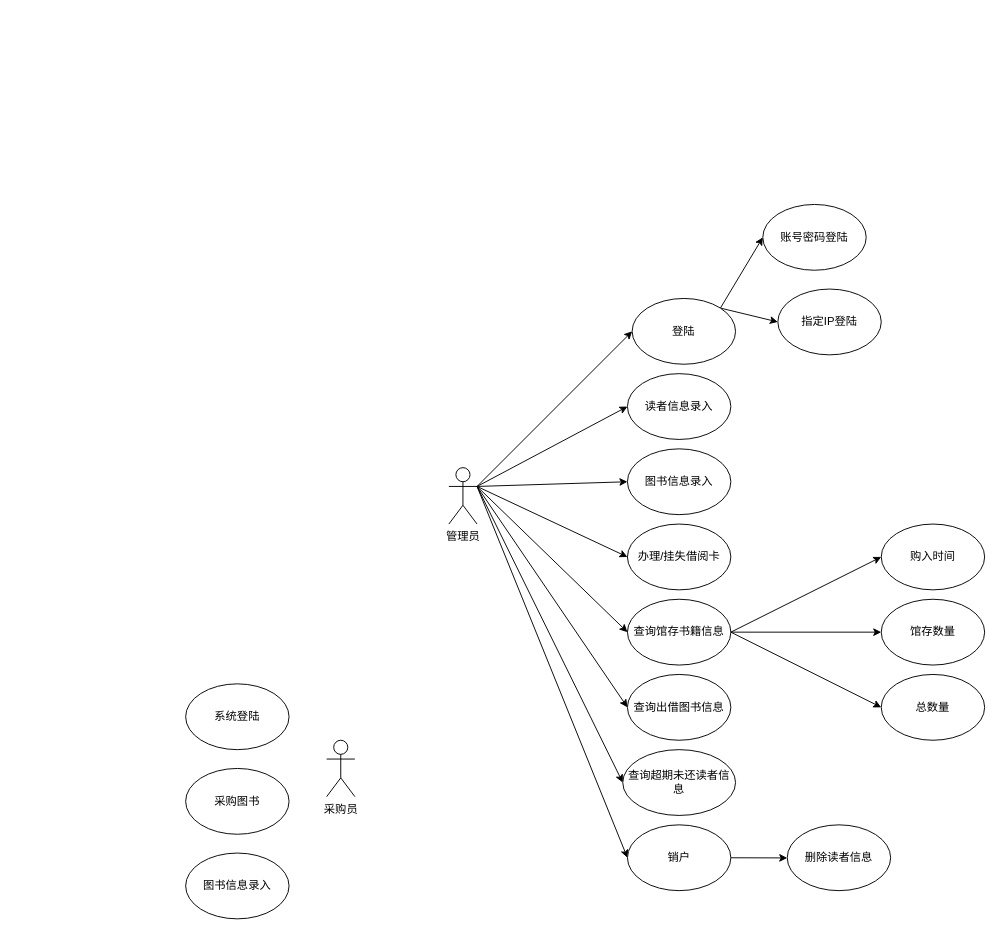
Before: 软分课设/用例图.drawio in myjdml/drowio, a draw.io diagram. Source tidied: cells renumbered, new cells numbered last; positions are measured from the earlier drawing's top-left corner, leaving out a move shared by most shapes. Both pictures are drawn from the tidied source at 94%, with x=0, y=0 at pixel (185, 204).
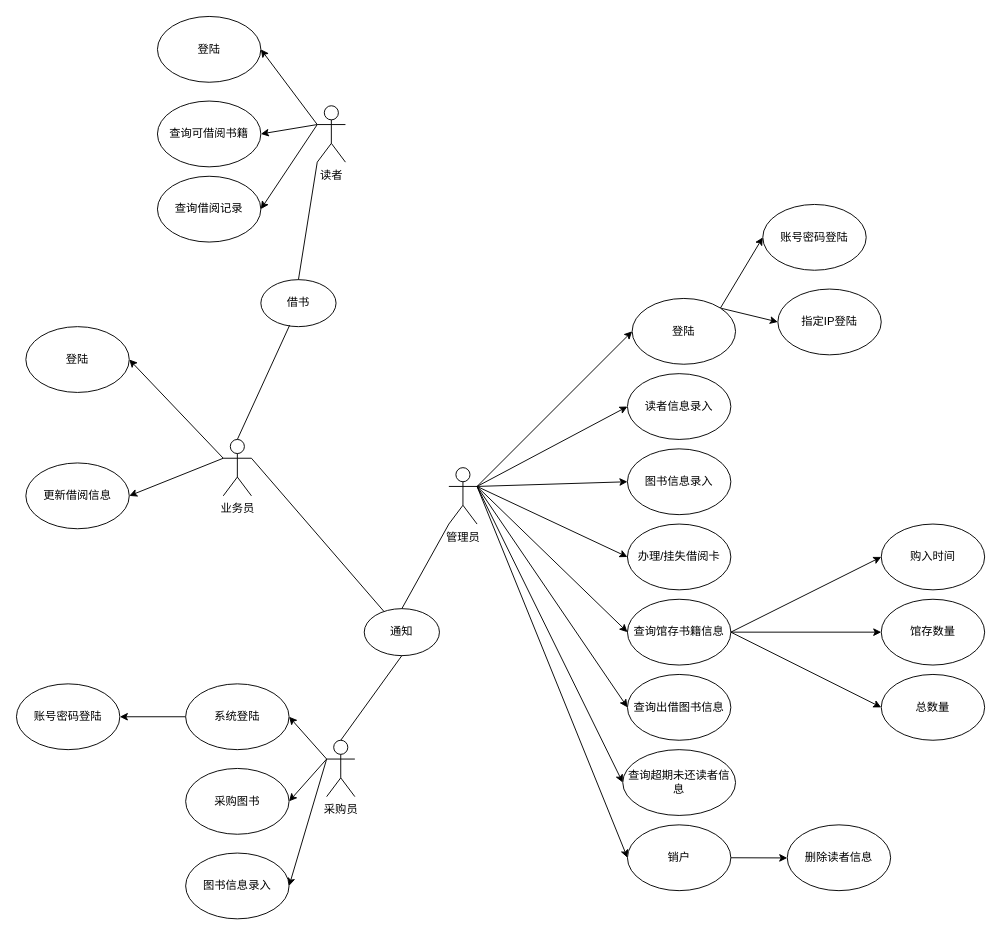
The same diagram, later.

The change refers to these unchanged cells:
```xml
<mxCell id="10" value="管理员" style="shape=umlActor;verticalLabelPosition=bottom;verticalAlign=top;html=1;outlineConnect=0;" parent="1" vertex="1">
  <mxGeometry x="280" y="280" width="30" height="60" as="geometry" />
</mxCell>
<mxCell id="29" value="采购员" style="shape=umlActor;verticalLabelPosition=bottom;verticalAlign=top;html=1;outlineConnect=0;" parent="1" vertex="1">
  <mxGeometry x="150" y="570" width="30" height="60" as="geometry" />
</mxCell>
<mxCell id="32" value="采购图书" style="ellipse;whiteSpace=wrap;html=1;" parent="1" vertex="1">
  <mxGeometry y="600" width="110" height="70" as="geometry" />
</mxCell>
<mxCell id="33" value="图书信息录入" style="ellipse;whiteSpace=wrap;html=1;" parent="1" vertex="1">
  <mxGeometry y="690" width="110" height="70" as="geometry" />
</mxCell>
<mxCell id="34" value="系统登陆" style="ellipse;whiteSpace=wrap;html=1;" parent="1" vertex="1">
  <mxGeometry y="510" width="110" height="70" as="geometry" />
</mxCell>
```

Diff of the diagram source:
```diff
@@
+    <mxCell id="35" style="edgeStyle=none;jettySize=auto;html=1;exitX=0;exitY=0.3333333333333333;exitDx=0;exitDy=0;exitPerimeter=0;entryX=1;entryY=0.5;entryDx=0;entryDy=0;" parent="1" edge="1" source="29" target="34">
+      <mxGeometry relative="1" as="geometry" />
+    </mxCell>
+    <mxCell id="36" style="edgeStyle=none;jettySize=auto;html=1;exitX=0;exitY=0.3333333333333333;exitDx=0;exitDy=0;exitPerimeter=0;entryX=1;entryY=0.5;entryDx=0;entryDy=0;" parent="1" edge="1" source="29" target="32">
+      <mxGeometry relative="1" as="geometry" />
+    </mxCell>
+    <mxCell id="37" style="edgeStyle=none;jettySize=auto;html=1;exitX=0;exitY=0.3333333333333333;exitDx=0;exitDy=0;exitPerimeter=0;entryX=1;entryY=0.5;entryDx=0;entryDy=0;" parent="1" edge="1" source="29" target="33">
+      <mxGeometry relative="1" as="geometry" />
+    </mxCell>
@@
+    <mxCell id="38" style="edgeStyle=none;jettySize=auto;html=1;exitX=0;exitY=0.5;exitDx=0;exitDy=0;entryX=1;entryY=0.5;entryDx=0;entryDy=0;endArrow=classic;endFill=1;" parent="1" edge="1" source="34" target="45">
+      <mxGeometry relative="1" as="geometry" />
+    </mxCell>
@@
+    <mxCell id="39" value="通知" style="ellipse;whiteSpace=wrap;html=1;" parent="1" vertex="1">
+      <mxGeometry x="190" y="430" width="80" height="50" as="geometry" />
+    </mxCell>
+    <mxCell id="40" style="endArrow=none;html=1;exitX=0.5;exitY=0;exitDx=0;exitDy=0;exitPerimeter=0;entryX=0.5;entryY=1;entryDx=0;entryDy=0;" parent="1" edge="1" source="29" target="39">
+      <mxGeometry relative="1" as="geometry" />
+    </mxCell>
+    <mxCell id="41" style="endArrow=none;html=1;exitX=0.5;exitY=0;exitDx=0;exitDy=0;entryX=0;entryY=1;entryDx=0;entryDy=0;entryPerimeter=0;" parent="1" edge="1" source="39" target="10">
+      <mxGeometry relative="1" as="geometry" />
+    </mxCell>
+    <mxCell id="42" style="edgeStyle=none;jettySize=auto;html=1;exitX=0;exitY=0.3333333333333333;exitDx=0;exitDy=0;exitPerimeter=0;entryX=1;entryY=0.5;entryDx=0;entryDy=0;endArrow=classic;endFill=1;" parent="1" edge="1" source="44" target="56">
+      <mxGeometry relative="1" as="geometry" />
+    </mxCell>
+    <mxCell id="43" style="edgeStyle=none;jettySize=auto;html=1;exitX=0;exitY=0.3333333333333333;exitDx=0;exitDy=0;exitPerimeter=0;entryX=1;entryY=0.5;entryDx=0;entryDy=0;endArrow=classic;endFill=1;" parent="1" edge="1" source="44" target="57">
+      <mxGeometry relative="1" as="geometry" />
+    </mxCell>
+    <mxCell id="44" value="业务员" style="shape=umlActor;verticalLabelPosition=bottom;verticalAlign=top;html=1;outlineConnect=0;" parent="1" vertex="1">
+      <mxGeometry x="40" y="250" width="30" height="60" as="geometry" />
+    </mxCell>
+    <mxCell id="45" value="账号密码登陆" style="ellipse;whiteSpace=wrap;html=1;" parent="1" vertex="1">
+      <mxGeometry x="-180" y="510" width="110" height="70" as="geometry" />
+    </mxCell>
+    <mxCell id="46" style="edgeStyle=none;jettySize=auto;html=1;exitX=0;exitY=0.3333333333333333;exitDx=0;exitDy=0;exitPerimeter=0;entryX=1;entryY=0.5;entryDx=0;entryDy=0;endArrow=classic;endFill=1;" parent="1" edge="1" source="49" target="50">
+      <mxGeometry relative="1" as="geometry" />
+    </mxCell>
+    <mxCell id="47" style="edgeStyle=none;jettySize=auto;html=1;exitX=0;exitY=0.3333333333333333;exitDx=0;exitDy=0;exitPerimeter=0;entryX=1;entryY=0.5;entryDx=0;entryDy=0;endArrow=classic;endFill=1;" parent="1" edge="1" source="49" target="51">
+      <mxGeometry relative="1" as="geometry" />
+    </mxCell>
+    <mxCell id="48" style="edgeStyle=none;jettySize=auto;html=1;exitX=0;exitY=0.3333333333333333;exitDx=0;exitDy=0;exitPerimeter=0;entryX=1;entryY=0.5;entryDx=0;entryDy=0;endArrow=classic;endFill=1;" parent="1" edge="1" source="49" target="52">
+      <mxGeometry relative="1" as="geometry" />
+    </mxCell>
+    <mxCell id="49" value="读者" style="shape=umlActor;verticalLabelPosition=bottom;verticalAlign=top;html=1;outlineConnect=0;" parent="1" vertex="1">
+      <mxGeometry x="140" y="-105" width="30" height="60" as="geometry" />
+    </mxCell>
+    <mxCell id="50" value="登陆" style="ellipse;whiteSpace=wrap;html=1;" parent="1" vertex="1">
+      <mxGeometry x="-30" y="-200" width="110" height="70" as="geometry" />
+    </mxCell>
+    <mxCell id="51" value="查询可借阅书籍" style="ellipse;whiteSpace=wrap;html=1;" parent="1" vertex="1">
+      <mxGeometry x="-30" y="-110" width="110" height="70" as="geometry" />
+    </mxCell>
+    <mxCell id="52" value="查询借阅记录" style="ellipse;whiteSpace=wrap;html=1;" parent="1" vertex="1">
+      <mxGeometry x="-30" y="-30" width="110" height="70" as="geometry" />
+    </mxCell>
+    <mxCell id="53" value="借书" style="ellipse;whiteSpace=wrap;html=1;" parent="1" vertex="1">
+      <mxGeometry x="80" y="80" width="80" height="50" as="geometry" />
+    </mxCell>
+    <mxCell id="54" style="endArrow=none;html=1;entryX=0;entryY=1;entryDx=0;entryDy=0;entryPerimeter=0;exitX=0.5;exitY=0;exitDx=0;exitDy=0;" parent="1" edge="1" source="53" target="49">
+      <mxGeometry relative="1" as="geometry" />
+    </mxCell>
+    <mxCell id="55" style="endArrow=none;html=1;exitX=0.383;exitY=0.97;exitDx=0;exitDy=0;exitPerimeter=0;entryX=0.5;entryY=0;entryDx=0;entryDy=0;entryPerimeter=0;" parent="1" edge="1" source="53" target="44">
+      <mxGeometry relative="1" as="geometry" />
+    </mxCell>
+    <mxCell id="56" value="登陆" style="ellipse;whiteSpace=wrap;html=1;" parent="1" vertex="1">
+      <mxGeometry x="-170" y="130" width="110" height="70" as="geometry" />
+    </mxCell>
+    <mxCell id="57" value="更新借阅信息" style="ellipse;whiteSpace=wrap;html=1;" parent="1" vertex="1">
+      <mxGeometry x="-170" y="275" width="110" height="70" as="geometry" />
+    </mxCell>
+    <mxCell id="58" style="endArrow=none;html=1;exitX=1;exitY=0.3333333333333333;exitDx=0;exitDy=0;exitPerimeter=0;" parent="1" edge="1" source="44" target="39">
+      <mxGeometry relative="1" as="geometry" />
+    </mxCell>
```
